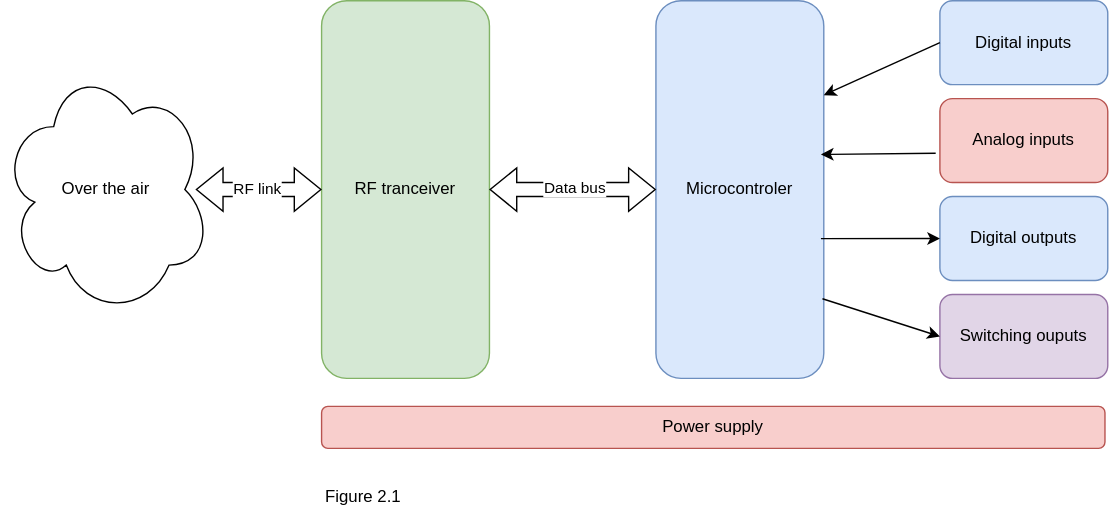
Earlier version of the draw.io export 02-module_satellite/01-documentation/module_global_diagram_overview.drawio.svg (stephaneamans/app-home_automation). Source tidied: cells renumbered, new cells last; positions are measured from the earlier drawing's top-left corner, leaving out a move shared by most shapes.
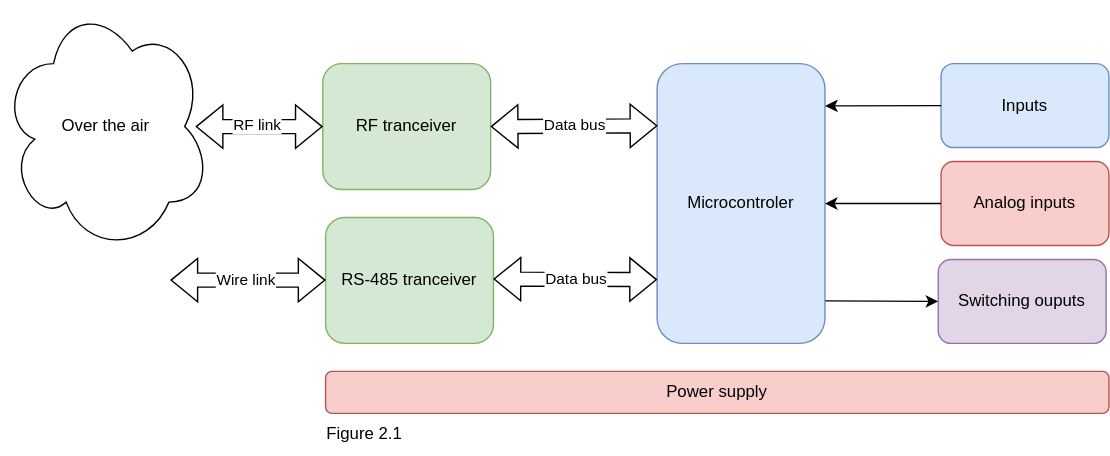
After the commit.

Diff of the diagram source:
```diff
@@ -3,25 +3,22 @@
     <mxCell id="0" />
     <mxCell id="1" parent="0" />
     <mxCell id="2" value="RF tranceiver" style="rounded=1;whiteSpace=wrap;html=1;fillColor=#d5e8d4;strokeColor=#82b366;direction=west;" parent="1" vertex="1">
-      <mxGeometry x="229" width="120" height="270" as="geometry" />
+      <mxGeometry x="229" width="120" height="90" as="geometry" />
     </mxCell>
     <mxCell id="3" value="Microcontroler" style="rounded=1;whiteSpace=wrap;html=1;fillColor=#dae8fc;strokeColor=#6c8ebf;direction=west;" parent="1" vertex="1">
-      <mxGeometry x="468" width="120" height="270" as="geometry" />
+      <mxGeometry x="468" width="120" height="200" as="geometry" />
     </mxCell>
-    <mxCell id="4" value="Digital inputs" style="rounded=1;whiteSpace=wrap;html=1;fillColor=#dae8fc;strokeColor=#6c8ebf;direction=west;" parent="1" vertex="1">
+    <mxCell id="4" value="Inputs" style="rounded=1;whiteSpace=wrap;html=1;fillColor=#dae8fc;strokeColor=#6c8ebf;direction=west;" parent="1" vertex="1">
       <mxGeometry x="671" width="120" height="60" as="geometry" />
     </mxCell>
-    <mxCell id="5" value="Digital outputs" style="rounded=1;whiteSpace=wrap;html=1;fillColor=#dae8fc;strokeColor=#6c8ebf;direction=west;" parent="1" vertex="1">
-      <mxGeometry x="671" y="140" width="120" height="60" as="geometry" />
-    </mxCell>
     <mxCell id="6" value="Analog inputs" style="rounded=1;whiteSpace=wrap;html=1;fillColor=#f8cecc;strokeColor=#b85450;direction=west;" parent="1" vertex="1">
       <mxGeometry x="671" y="70" width="120" height="60" as="geometry" />
     </mxCell>
     <mxCell id="7" value="Switching ouputs" style="rounded=1;whiteSpace=wrap;html=1;fillColor=#e1d5e7;strokeColor=#9673a6;direction=west;" parent="1" vertex="1">
-      <mxGeometry x="671" y="210" width="120" height="60" as="geometry" />
+      <mxGeometry x="669" y="140" width="120" height="60" as="geometry" />
     </mxCell>
     <mxCell id="8" value="Over the air" style="ellipse;shape=cloud;whiteSpace=wrap;html=1;" parent="1" vertex="1">
-      <mxGeometry y="45" width="150" height="180" as="geometry" />
+      <mxGeometry x="-1" y="-45" width="150" height="180" as="geometry" />
     </mxCell>
     <mxCell id="9" style="shape=flexArrow;endArrow=classic;startArrow=classic;html=1;rounded=0;exitX=0.927;exitY=0.5;exitDx=0;exitDy=0;exitPerimeter=0;entryX=1;entryY=0.5;entryDx=0;entryDy=0;" parent="1" edge="1" source="8" target="2">
       <mxGeometry relative="1" as="geometry" />
@@ -31,31 +28,52 @@
         <mxPoint y="-2" as="offset" />
       </mxGeometry>
     </mxCell>
-    <mxCell id="11" style="shape=flexArrow;endArrow=classic;startArrow=classic;html=1;rounded=0;entryX=1;entryY=0.5;entryDx=0;entryDy=0;exitX=0;exitY=0.5;exitDx=0;exitDy=0;" parent="1" edge="1" source="2" target="3">
+    <mxCell id="11" style="shape=flexArrow;endArrow=classic;startArrow=classic;html=1;rounded=0;exitX=0;exitY=0.5;exitDx=0;exitDy=0;entryX=0.998;entryY=0.778;entryDx=0;entryDy=0;entryPerimeter=0;" parent="1" edge="1" source="2" target="3">
       <mxGeometry relative="1" as="geometry" />
     </mxCell>
     <mxCell id="12" value="Data bus" style="edgeLabel;html=1;align=center;verticalAlign=middle;" parent="11" vertex="1">
       <mxGeometry y="3" relative="1" as="geometry">
-        <mxPoint y="1" as="offset" />
+        <mxPoint y="2" as="offset" />
       </mxGeometry>
     </mxCell>
-    <mxCell id="13" style="endArrow=classic;html=1;rounded=0;exitX=1;exitY=0.5;exitDx=0;exitDy=0;entryX=0;entryY=0.75;entryDx=0;entryDy=0;" parent="1" edge="1" source="4" target="3">
+    <mxCell id="13" style="endArrow=classic;html=1;rounded=0;exitX=1;exitY=0.5;exitDx=0;exitDy=0;entryX=-0.001;entryY=0.849;entryDx=0;entryDy=0;entryPerimeter=0;" parent="1" edge="1" source="4" target="3">
       <mxGeometry relative="1" as="geometry" />
     </mxCell>
-    <mxCell id="14" style="endArrow=classic;html=1;rounded=0;exitX=1.025;exitY=0.35;exitDx=0;exitDy=0;exitPerimeter=0;entryX=0.017;entryY=0.593;entryDx=0;entryDy=0;entryPerimeter=0;" parent="1" edge="1" source="6" target="3">
+    <mxCell id="14" style="endArrow=classic;html=1;rounded=0;exitX=1;exitY=0.5;exitDx=0;exitDy=0;entryX=0;entryY=0.5;entryDx=0;entryDy=0;" parent="1" edge="1" source="6" target="3">
       <mxGeometry relative="1" as="geometry" />
     </mxCell>
-    <mxCell id="15" style="endArrow=classic;html=1;rounded=0;entryX=1;entryY=0.5;entryDx=0;entryDy=0;exitX=0.017;exitY=0.37;exitDx=0;exitDy=0;exitPerimeter=0;" parent="1" edge="1" source="3" target="5">
-      <mxGeometry relative="1" as="geometry" />
-    </mxCell>
-    <mxCell id="16" style="endArrow=classic;html=1;rounded=0;entryX=1;entryY=0.5;entryDx=0;entryDy=0;exitX=0.008;exitY=0.211;exitDx=0;exitDy=0;exitPerimeter=0;" parent="1" edge="1" source="3" target="7">
+    <mxCell id="16" style="endArrow=classic;html=1;rounded=0;entryX=1;entryY=0.5;entryDx=0;entryDy=0;exitX=-0.002;exitY=0.152;exitDx=0;exitDy=0;exitPerimeter=0;" parent="1" edge="1" source="3" target="7">
       <mxGeometry relative="1" as="geometry" />
     </mxCell>
     <mxCell id="17" value="Power supply" style="rounded=1;whiteSpace=wrap;html=1;fillColor=#f8cecc;strokeColor=#b85450;direction=west;" parent="1" vertex="1">
-      <mxGeometry x="229" y="290" width="560" height="30" as="geometry" />
+      <mxGeometry x="231" y="220" width="560" height="30" as="geometry" />
     </mxCell>
     <mxCell id="18" value="Figure 2.1" style="text;strokeColor=none;align=center;fillColor=none;html=1;verticalAlign=middle;whiteSpace=wrap;rounded=0;" parent="1" vertex="1">
-      <mxGeometry x="229" y="340" width="60" height="30" as="geometry" />
+      <mxGeometry x="229" y="250" width="60" height="30" as="geometry" />
     </mxCell>
+    <mxCell id="19" value="RS-485 tranceiver" style="rounded=1;whiteSpace=wrap;html=1;fillColor=#d5e8d4;strokeColor=#82b366;direction=west;" parent="1" vertex="1">
+      <mxGeometry x="231" y="110" width="120" height="90" as="geometry" />
+    </mxCell>
+    <mxCell id="20" style="shape=flexArrow;endArrow=classic;startArrow=classic;html=1;rounded=0;entryX=1;entryY=0.228;entryDx=0;entryDy=0;exitX=0;exitY=0.5;exitDx=0;exitDy=0;entryPerimeter=0;" parent="1" edge="1" target="3">
+      <mxGeometry relative="1" as="geometry">
+        <mxPoint x="351" y="154" as="sourcePoint" />
+      </mxGeometry>
+    </mxCell>
+    <mxCell id="21" value="Data bus" style="edgeLabel;html=1;align=center;verticalAlign=middle;" parent="20" vertex="1">
+      <mxGeometry y="3" relative="1" as="geometry">
+        <mxPoint y="2" as="offset" />
+      </mxGeometry>
+    </mxCell>
+    <mxCell id="22" style="shape=flexArrow;endArrow=classic;startArrow=classic;html=1;rounded=0;exitX=0.927;exitY=0.5;exitDx=0;exitDy=0;exitPerimeter=0;entryX=1;entryY=0.5;entryDx=0;entryDy=0;" parent="1" edge="1">
+      <mxGeometry relative="1" as="geometry">
+        <mxPoint x="120" y="154.8" as="sourcePoint" />
+        <mxPoint x="231" y="154.8" as="targetPoint" />
+      </mxGeometry>
+    </mxCell>
+    <mxCell id="23" value="Wire link" style="edgeLabel;html=1;align=center;verticalAlign=middle;" parent="22" vertex="1">
+      <mxGeometry x="-0.04" y="-1" relative="1" as="geometry">
+        <mxPoint y="-1" as="offset" />
+      </mxGeometry>
+    </mxCell>
   </root>
 </mxGraphModel>
```
